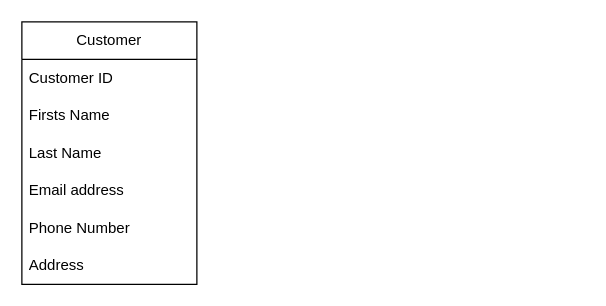
Above: Untitled Diagram.drawio in Dharani-18/CODEKATA (draw.io), before the change. Source tidied: cells renumbered, new cells numbered last; positions are measured from the earlier drawing's top-left corner, leaving out a move shared by most shapes. Both pictures are drawn from the tidied source at 125%, with x=0, y=0 at pixel (21, 21).
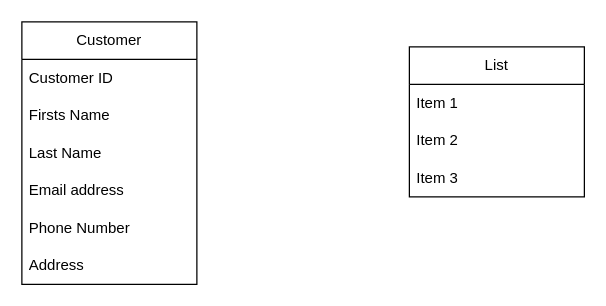
The same diagram, later.

Diff of the diagram source:
```diff
@@
 <mxGraphModel>
   <root>
     <mxCell id="0" />
     <mxCell id="1" parent="0" />
     <mxCell id="2" value="Customer" style="swimlane;fontStyle=0;horizontal=1;startSize=30;whiteSpace=wrap;html=1;" parent="1" vertex="1">
       <mxGeometry width="140" height="210" as="geometry" />
     </mxCell>
     <mxCell id="3" value="Customer ID" style="text;strokeColor=none;fillColor=none;align=left;verticalAlign=middle;spacingLeft=4;spacingRight=4;overflow=hidden;whiteSpace=wrap;html=1;" parent="2" vertex="1">
       <mxGeometry y="30" width="140" height="30" as="geometry" />
     </mxCell>
     <mxCell id="4" value="Firsts Name" style="text;strokeColor=none;fillColor=none;align=left;verticalAlign=middle;spacingLeft=4;spacingRight=4;overflow=hidden;whiteSpace=wrap;html=1;" parent="2" vertex="1">
       <mxGeometry y="60" width="140" height="30" as="geometry" />
     </mxCell>
     <mxCell id="5" value="Last Name" style="text;strokeColor=none;fillColor=none;align=left;verticalAlign=middle;spacingLeft=4;spacingRight=4;overflow=hidden;whiteSpace=wrap;html=1;" parent="2" vertex="1">
       <mxGeometry y="90" width="140" height="30" as="geometry" />
     </mxCell>
     <mxCell id="6" value="Email address" style="text;strokeColor=none;fillColor=none;align=left;verticalAlign=middle;spacingLeft=4;spacingRight=4;overflow=hidden;whiteSpace=wrap;html=1;" parent="2" vertex="1">
       <mxGeometry y="120" width="140" height="30" as="geometry" />
     </mxCell>
     <mxCell id="7" value="Phone Number" style="text;strokeColor=none;fillColor=none;align=left;verticalAlign=middle;spacingLeft=4;spacingRight=4;overflow=hidden;whiteSpace=wrap;html=1;" parent="2" vertex="1">
       <mxGeometry y="150" width="140" height="30" as="geometry" />
     </mxCell>
     <mxCell id="8" value="Address" style="text;strokeColor=none;fillColor=none;align=left;verticalAlign=middle;spacingLeft=4;spacingRight=4;overflow=hidden;whiteSpace=wrap;html=1;" parent="2" vertex="1">
       <mxGeometry y="180" width="140" height="30" as="geometry" />
     </mxCell>
+    <mxCell id="9" value="List" style="swimlane;fontStyle=0;horizontal=1;startSize=30;whiteSpace=wrap;html=1;" parent="1" vertex="1">
+      <mxGeometry x="310" y="20" width="140" height="120" as="geometry" />
+    </mxCell>
+    <mxCell id="10" value="Item 1" style="text;strokeColor=none;fillColor=none;align=left;verticalAlign=middle;spacingLeft=4;spacingRight=4;overflow=hidden;whiteSpace=wrap;html=1;" parent="9" vertex="1">
+      <mxGeometry y="30" width="140" height="30" as="geometry" />
+    </mxCell>
+    <mxCell id="11" value="Item 2" style="text;strokeColor=none;fillColor=none;align=left;verticalAlign=middle;spacingLeft=4;spacingRight=4;overflow=hidden;whiteSpace=wrap;html=1;" parent="9" vertex="1">
+      <mxGeometry y="60" width="140" height="30" as="geometry" />
+    </mxCell>
+    <mxCell id="12" value="Item 3" style="text;strokeColor=none;fillColor=none;align=left;verticalAlign=middle;spacingLeft=4;spacingRight=4;overflow=hidden;whiteSpace=wrap;html=1;" parent="9" vertex="1">
+      <mxGeometry y="90" width="140" height="30" as="geometry" />
+    </mxCell>
   </root>
 </mxGraphModel>
```
